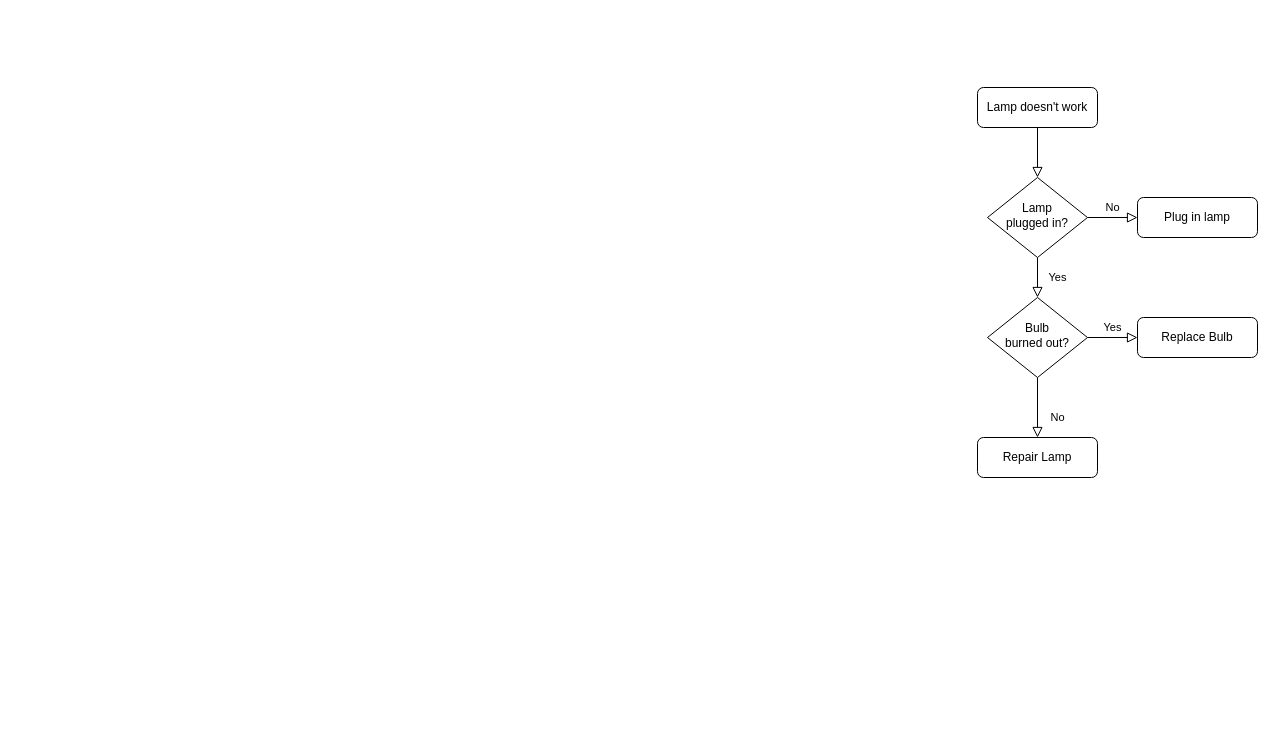
gracenak/gnakano_cli_project keeps this draw.io diagram as lib/Untitled Diagram.drawio. Above is the earlier version. Source tidied: cells renumbered, new cells numbered last; positions are measured from the earlier drawing's top-left corner, leaving out a move shared by most shapes. Both pictures are drawn from the tidied source at 100%, with x=0, y=0 at pixel (977, 87).
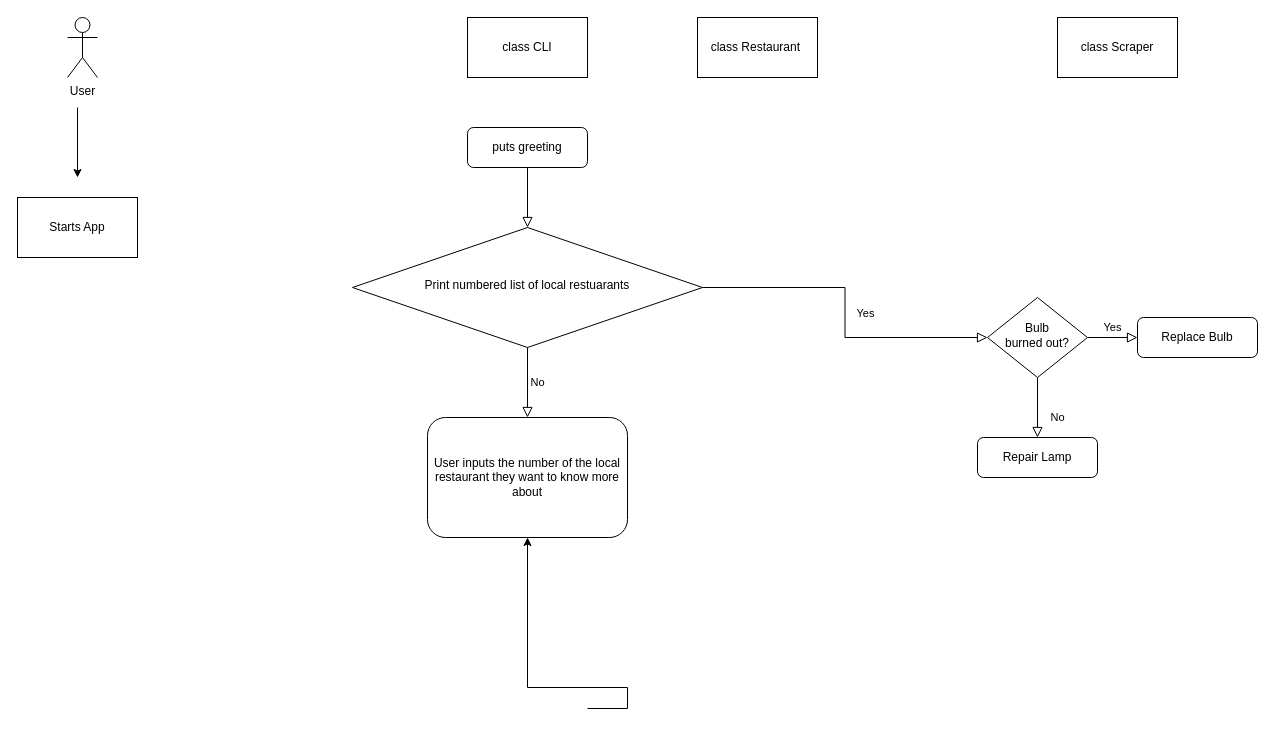
Above is the later version.

Commit message:
CLI Project Diagram Planning

Diff of the diagram source:
```diff
@@
-    <mxCell id="3" value="Lamp doesn't work" style="rounded=1;whiteSpace=wrap;html=1;fontSize=12;glass=0;strokeWidth=1;shadow=0;" parent="1" vertex="1">
-      <mxGeometry width="120" height="40" as="geometry" />
+    <mxCell id="3" value="puts greeting" style="rounded=1;whiteSpace=wrap;html=1;fontSize=12;glass=0;strokeWidth=1;shadow=0;" parent="1" vertex="1">
+      <mxGeometry x="-510" y="40" width="120" height="40" as="geometry" />
     </mxCell>
@@
-    <mxCell id="6" value="Lamp&lt;br&gt;plugged in?" style="rhombus;whiteSpace=wrap;html=1;shadow=0;fontFamily=Helvetica;fontSize=12;align=center;strokeWidth=1;spacing=6;spacingTop=-4;" parent="1" vertex="1">
-      <mxGeometry x="10" y="90" width="100" height="80" as="geometry" />
+    <mxCell id="6" value="Print numbered list of local restuarants&lt;br&gt;" style="rhombus;whiteSpace=wrap;html=1;shadow=0;fontFamily=Helvetica;fontSize=12;align=center;strokeWidth=1;spacing=6;spacingTop=-4;" parent="1" vertex="1">
+      <mxGeometry x="-625" y="140" width="350" height="120" as="geometry" />
     </mxCell>
-    <mxCell id="7" value="Plug in lamp" style="rounded=1;whiteSpace=wrap;html=1;fontSize=12;glass=0;strokeWidth=1;shadow=0;" parent="1" vertex="1">
-      <mxGeometry x="160" y="110" width="120" height="40" as="geometry" />
+    <mxCell id="7" value="User inputs the number of the local restaurant they want to know more about" style="rounded=1;whiteSpace=wrap;html=1;fontSize=12;glass=0;strokeWidth=1;shadow=0;direction=south;" parent="1" vertex="1">
+      <mxGeometry x="-550" y="330" width="200" height="120" as="geometry" />
     </mxCell>
@@
+    <mxCell id="13" value="class Restaurant&amp;nbsp;" style="rounded=0;whiteSpace=wrap;html=1;" parent="1" vertex="1">
+      <mxGeometry x="-280" y="-70" width="120" height="60" as="geometry" />
+    </mxCell>
+    <mxCell id="14" value="class CLI" style="whiteSpace=wrap;html=1;" parent="1" vertex="1">
+      <mxGeometry x="-510" y="-70" width="120" height="60" as="geometry" />
+    </mxCell>
+    <mxCell id="15" value="class Scraper" style="rounded=0;whiteSpace=wrap;html=1;" parent="1" vertex="1">
+      <mxGeometry x="80" y="-70" width="120" height="60" as="geometry" />
+    </mxCell>
+    <mxCell id="16" style="edgeStyle=orthogonalEdgeStyle;rounded=0;jettySize=auto;html=1;" parent="1" edge="1" target="7">
+      <mxGeometry relative="1" as="geometry">
+        <mxPoint x="-390" y="621" as="sourcePoint" />
+        <Array as="points">
+          <mxPoint x="-350" y="621" />
+          <mxPoint x="-350" y="600" />
+          <mxPoint x="-450" y="600" />
+        </Array>
+      </mxGeometry>
+    </mxCell>
+    <mxCell id="17" value="User" style="shape=umlActor;verticalLabelPosition=bottom;verticalAlign=top;html=1;" parent="1" vertex="1">
+      <mxGeometry x="-910" y="-70" width="30" height="60" as="geometry" />
+    </mxCell>
+    <mxCell id="18" value="Starts App" style="rounded=0;whiteSpace=wrap;html=1;" parent="1" vertex="1">
+      <mxGeometry x="-960" y="110" width="120" height="60" as="geometry" />
+    </mxCell>
+    <mxCell id="19" style="endArrow=classic;html=1;" parent="1" edge="1">
+      <mxGeometry relative="1" as="geometry">
+        <mxPoint x="-900" y="20" as="sourcePoint" />
+        <mxPoint x="-900" y="90" as="targetPoint" />
+      </mxGeometry>
+    </mxCell>
```
